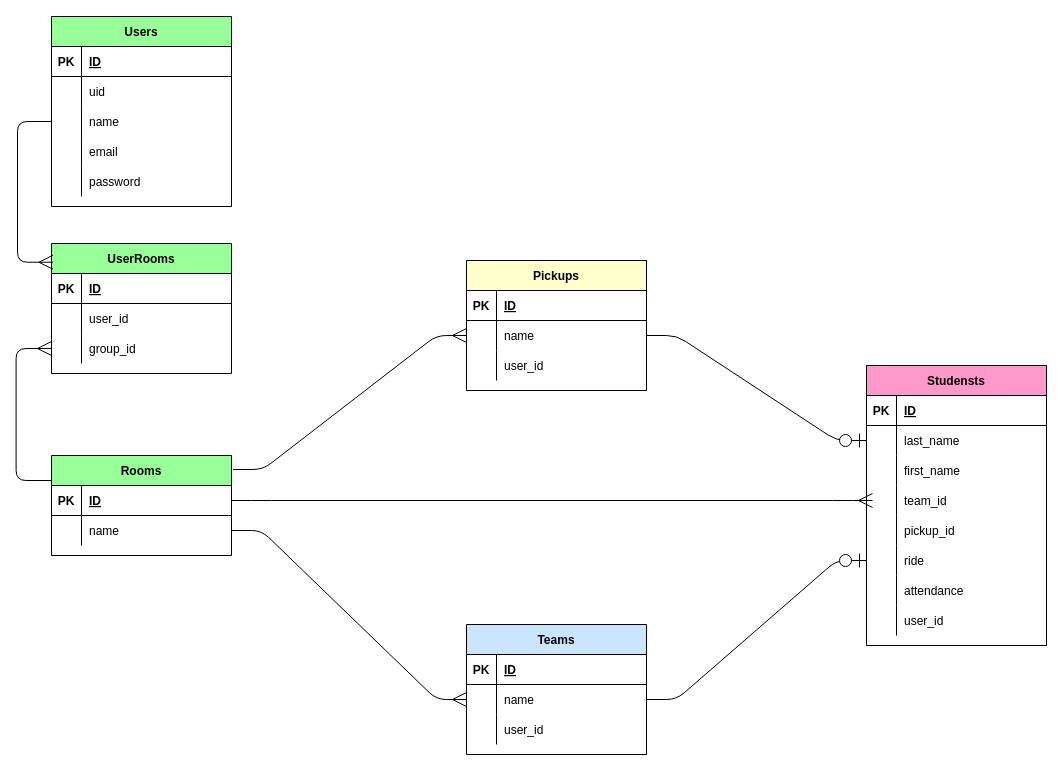
Before: table_design.dio in rrr-ryu/wasurena, a draw.io diagram. Source tidied: cells renumbered, new cells numbered last; positions are measured from the earlier drawing's top-left corner, leaving out a move shared by most shapes. Both pictures are drawn from the tidied source at 100%, with x=0, y=0 at pixel (16, 16).
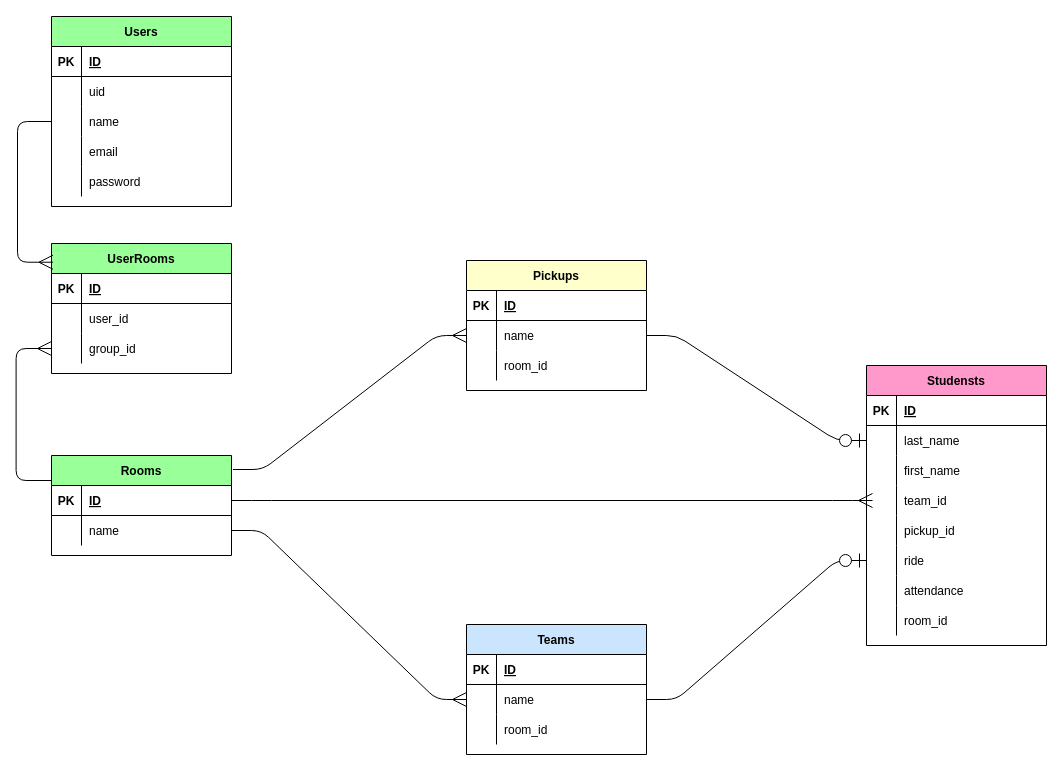
The same diagram, later.

The change refers to these unchanged cells:
```xml
<mxCell id="40" style="shape=partialRectangle;fillColor=none;top=0;left=0;bottom=0;right=0;fontColor=#000000;labelBorderColor=none;strokeColor=#000000;" parent="18" vertex="1">
  <mxGeometry y="240" width="180" height="30" as="geometry" />
</mxCell>
<mxCell id="50" style="shape=partialRectangle;fillColor=none;top=0;left=0;bottom=0;right=0;fontColor=#000000;labelBorderColor=none;strokeColor=#000000;" parent="43" vertex="1">
  <mxGeometry y="90" width="180" height="30" as="geometry" />
</mxCell>
<mxCell id="60" style="shape=partialRectangle;fillColor=none;top=0;left=0;bottom=0;right=0;fontColor=#000000;labelBorderColor=none;strokeColor=#000000;" parent="53" vertex="1">
  <mxGeometry y="90" width="180" height="30" as="geometry" />
</mxCell>
```

Diff of the diagram source:
```diff
@@
-    <mxCell id="42" value="user_id" style="shape=partialRectangle;fillColor=none;top=0;left=0;bottom=0;right=0;align=left;spacingLeft=6;overflow=hidden;fontColor=#000000;labelBorderColor=none;strokeColor=#000000;" parent="40" vertex="1">
+    <mxCell id="42" value="room_id" style="shape=partialRectangle;fillColor=none;top=0;left=0;bottom=0;right=0;align=left;spacingLeft=6;overflow=hidden;fontColor=#000000;labelBorderColor=none;strokeColor=#000000;" parent="40" vertex="1">
       <mxGeometry x="30" width="150" height="30" as="geometry" />
     </mxCell>
@@
-    <mxCell id="52" value="user_id" style="shape=partialRectangle;fillColor=none;top=0;left=0;bottom=0;right=0;align=left;spacingLeft=6;overflow=hidden;fontColor=#000000;labelBorderColor=none;strokeColor=#000000;" parent="50" vertex="1">
+    <mxCell id="52" value="room_id" style="shape=partialRectangle;fillColor=none;top=0;left=0;bottom=0;right=0;align=left;spacingLeft=6;overflow=hidden;fontColor=#000000;labelBorderColor=none;strokeColor=#000000;" parent="50" vertex="1">
       <mxGeometry x="30" width="150" height="30" as="geometry" />
     </mxCell>
@@
-    <mxCell id="62" value="user_id" style="shape=partialRectangle;fillColor=none;top=0;left=0;bottom=0;right=0;align=left;spacingLeft=6;overflow=hidden;fontColor=#000000;labelBorderColor=none;strokeColor=#000000;" parent="60" vertex="1">
+    <mxCell id="62" value="room_id" style="shape=partialRectangle;fillColor=none;top=0;left=0;bottom=0;right=0;align=left;spacingLeft=6;overflow=hidden;fontColor=#000000;labelBorderColor=none;strokeColor=#000000;" parent="60" vertex="1">
       <mxGeometry x="30" width="150" height="30" as="geometry" />
     </mxCell>
```
